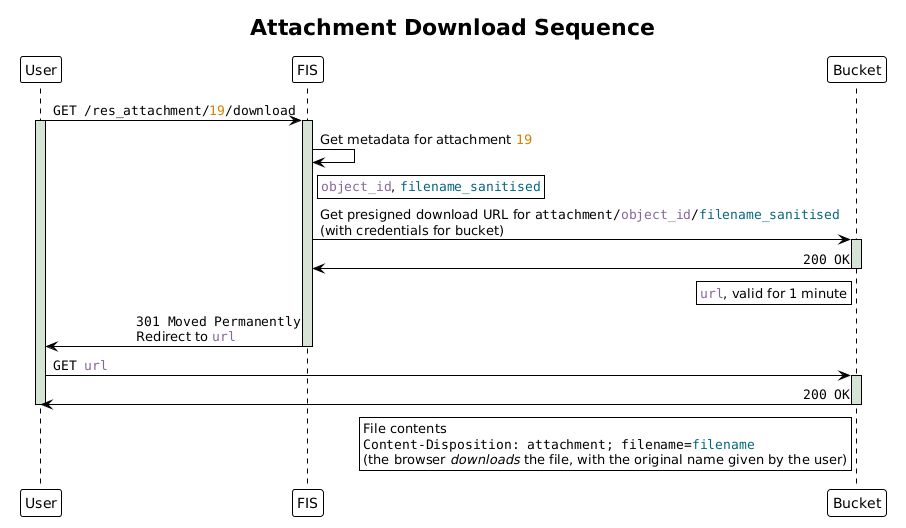
The PlantUML diagram docs-dev/diagrams/attachment_download_sequence.png in elhub/flex-information-system, before a commit.
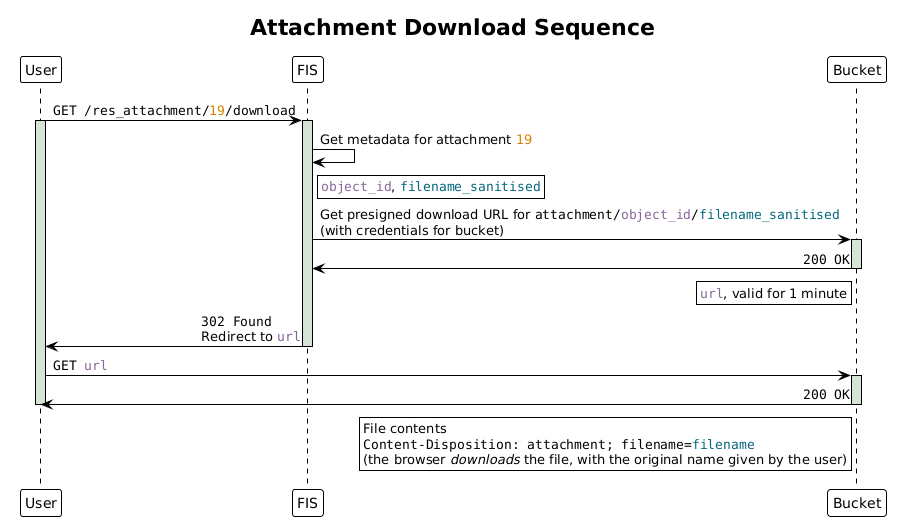
Above is the later version.

Commit message:
docs: update HTTP code in diagram (FLEX-1323)

The edit, as a diff of the source:
```diff
@@ -28,7 +28,7 @@
 end note
 deactivate bucket
 
-fis -> user:""301 Moved Permanently""\nRedirect to ""<color #886599>url</color>""
+fis -> user:""302 Found""\nRedirect to ""<color #886599>url</color>""
 deactivate fis
 
 user -> bucket: ""GET <color #886599>url</color>""
```
